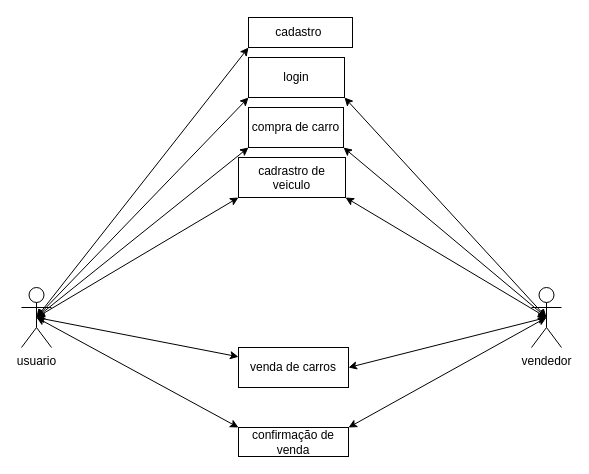
The draw.io diagram Diagrama sem nome.drawio in yNume/anima_teste01, before the edit. Source tidied: cells renumbered, new cells numbered last; positions are measured from the earlier drawing's top-left corner, leaving out a move shared by most shapes. Both pictures are drawn from the tidied source at 100%, with x=0, y=0 at pixel (21, 17).
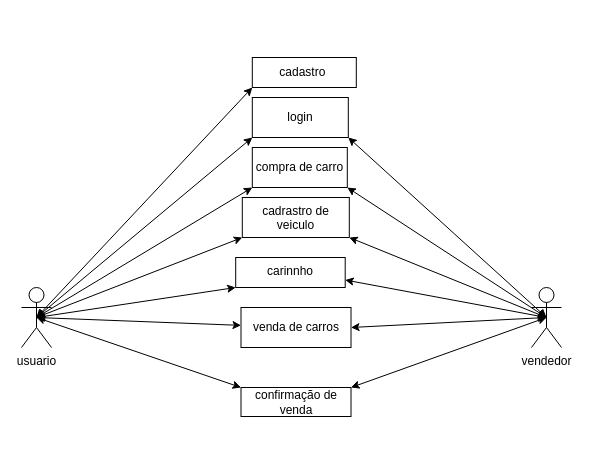
After the change.

Unchanged cells that the change refers to:
```xml
<mxCell id="2" value="usuario&lt;div&gt;&lt;br&gt;&lt;/div&gt;" style="shape=umlActor;verticalLabelPosition=bottom;verticalAlign=top;html=1;outlineConnect=0;" parent="1" vertex="1">
  <mxGeometry y="270" width="30" height="60" as="geometry" />
</mxCell>
<mxCell id="9" value="vendedor&lt;div&gt;&lt;br&gt;&lt;/div&gt;" style="shape=umlActor;verticalLabelPosition=bottom;verticalAlign=top;html=1;outlineConnect=0;" parent="1" vertex="1">
  <mxGeometry x="510" y="270" width="30" height="60" as="geometry" />
</mxCell>
```

The edit, as a diff of the source:
```diff
@@
     <mxCell id="6" value="venda de carros" style="rounded=0;whiteSpace=wrap;html=1;" parent="1" vertex="1">
-      <mxGeometry x="217" y="330" width="110" height="40" as="geometry" />
+      <mxGeometry x="219.5" y="290" width="110" height="40" as="geometry" />
     </mxCell>
     <mxCell id="7" value="login" style="rounded=0;whiteSpace=wrap;html=1;" parent="1" vertex="1">
-      <mxGeometry x="227" y="40" width="96" height="40" as="geometry" />
+      <mxGeometry x="230.8" y="80" width="96" height="40" as="geometry" />
     </mxCell>
     <mxCell id="8" value="confirmação de venda" style="rounded=0;whiteSpace=wrap;html=1;" parent="1" vertex="1">
-      <mxGeometry x="217" y="410" width="110" height="29" as="geometry" />
+      <mxGeometry x="219.5" y="370" width="110" height="29" as="geometry" />
     </mxCell>
@@
     <mxCell id="14" value="cadastro&amp;nbsp;" style="rounded=0;whiteSpace=wrap;html=1;" parent="1" vertex="1">
-      <mxGeometry x="227" width="104" height="30" as="geometry" />
+      <mxGeometry x="230.8" y="40" width="104" height="30" as="geometry" />
     </mxCell>
     <mxCell id="15" value="compra de carro" style="rounded=0;whiteSpace=wrap;html=1;" parent="1" vertex="1">
-      <mxGeometry x="227" y="90" width="95" height="40" as="geometry" />
+      <mxGeometry x="230.8" y="130" width="95" height="40" as="geometry" />
     </mxCell>
@@
     <mxCell id="18" value="cadrastro de veiculo&lt;div&gt;&lt;br&gt;&lt;/div&gt;" style="whiteSpace=wrap;html=1;verticalAlign=top;" parent="1" vertex="1">
-      <mxGeometry x="217" y="140" width="107" height="40" as="geometry" />
+      <mxGeometry x="220.8" y="180" width="107" height="40" as="geometry" />
     </mxCell>
@@
+    <mxCell id="21" value="carinnho" style="whiteSpace=wrap;html=1;verticalAlign=top;" parent="1" vertex="1">
+      <mxGeometry x="214.2" y="240" width="109.5" height="30" as="geometry" />
+    </mxCell>
+    <mxCell id="22" style="endArrow=classic;startArrow=classic;html=1;rounded=0;entryX=0;entryY=1;entryDx=0;entryDy=0;exitX=0.5;exitY=0.5;exitDx=0;exitDy=0;exitPerimeter=0;" parent="1" edge="1" source="2" target="21">
+      <mxGeometry relative="1" as="geometry" />
+    </mxCell>
+    <mxCell id="23" style="endArrow=classic;startArrow=classic;html=1;rounded=0;exitX=1;exitY=0.75;exitDx=0;exitDy=0;entryX=0.5;entryY=0.5;entryDx=0;entryDy=0;entryPerimeter=0;" parent="1" edge="1" source="21" target="9">
+      <mxGeometry relative="1" as="geometry" />
+    </mxCell>
```
